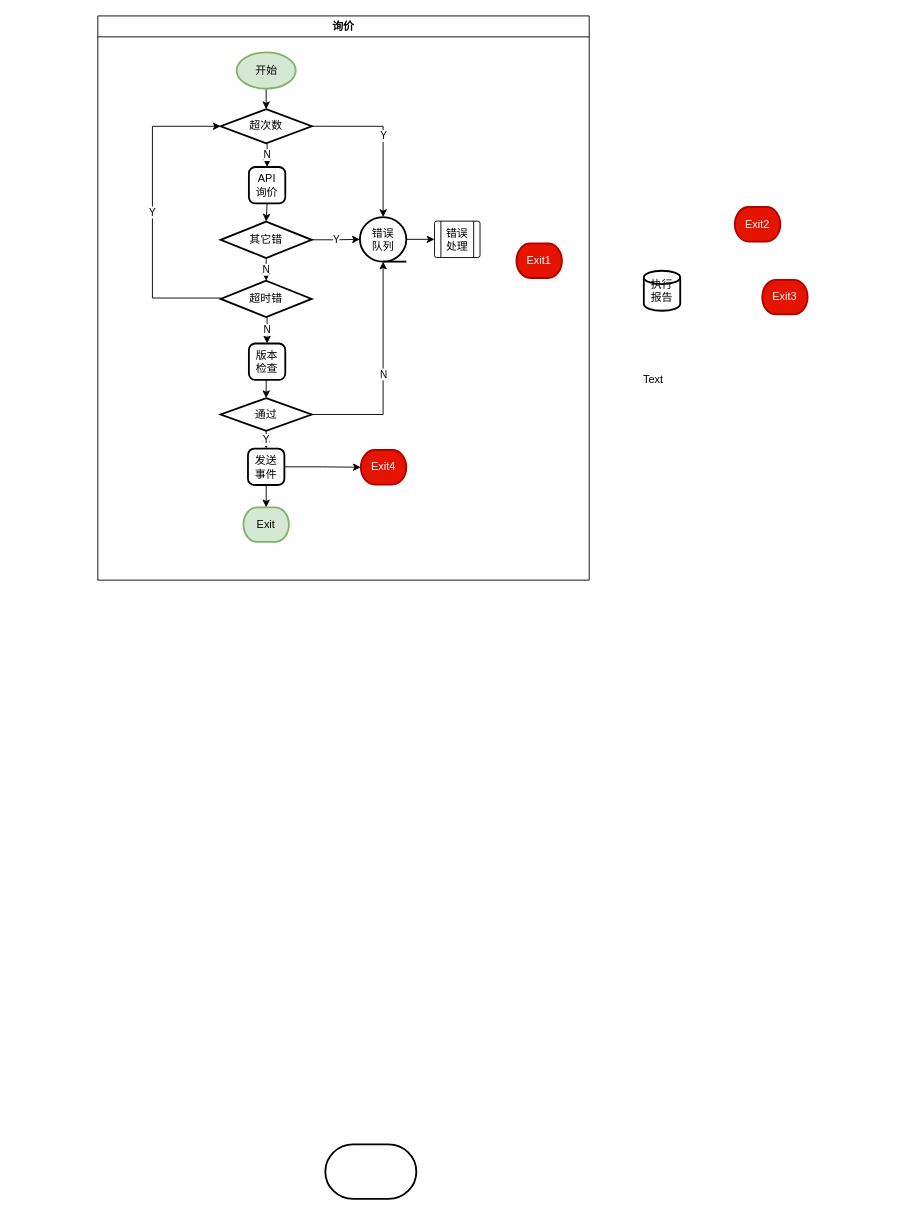
This is page "询价" (2 of 2) of sso-server/Untitled Diagram.drawio from suoyizhehe/simple-sso, a draw.io file, before an edit. Source tidied: cells renumbered, new cells numbered last; positions are measured from the earlier drawing's top-left corner, leaving out a move shared by most shapes. Both pictures are drawn from the tidied source at 91%, with x=0, y=0 at pixel (97, 15).
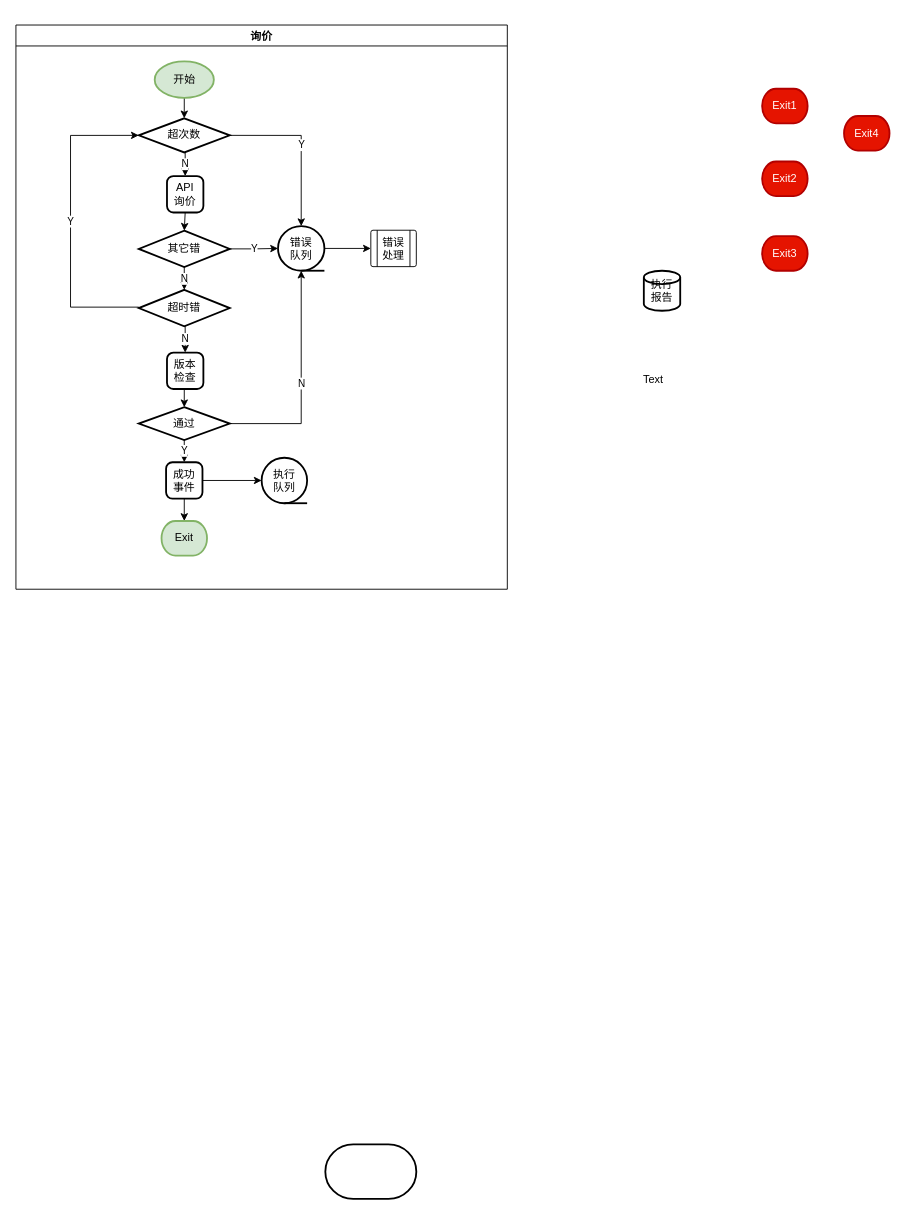
The same diagram, later.

Change to the diagram source:
```diff
@@
     <mxCell id="2" value="询价" style="swimlane;" parent="1" vertex="1">
-      <mxGeometry width="540" height="620" as="geometry" />
+      <mxGeometry x="-90" y="10" width="540" height="620" as="geometry" />
     </mxCell>
@@
     <mxCell id="21" value="Exit" style="strokeWidth=2;html=1;shape=mxgraph.flowchart.terminator;whiteSpace=wrap;fillColor=#d5e8d4;strokeColor=#82b366;" parent="2" vertex="1">
-      <mxGeometry x="160" y="540" width="50" height="38" as="geometry" />
+      <mxGeometry x="160" y="545" width="50" height="38" as="geometry" />
     </mxCell>
@@
-    <mxCell id="23" style="edgeStyle=orthogonalEdgeStyle;rounded=0;jettySize=auto;html=1;exitX=1;exitY=0.5;exitDx=0;exitDy=0;entryX=0;entryY=0.5;entryDx=0;entryDy=0;entryPerimeter=0;" parent="2" edge="1" source="24" target="25">
+    <mxCell id="23" style="edgeStyle=orthogonalEdgeStyle;rounded=0;jettySize=auto;html=1;exitX=1;exitY=0.5;exitDx=0;exitDy=0;entryX=0;entryY=0.5;entryDx=0;entryDy=0;entryPerimeter=0;" parent="2" edge="1" source="24" target="35">
       <mxGeometry relative="1" as="geometry" />
     </mxCell>
-    <mxCell id="24" value="&lt;div&gt;发送&lt;br&gt;&lt;/div&gt;&lt;div&gt;事件&lt;br&gt;&lt;/div&gt;" style="rounded=1;whiteSpace=wrap;html=1;absoluteArcSize=1;arcSize=14;strokeWidth=2;" parent="2" vertex="1">
-      <mxGeometry x="165" y="475.5" width="40" height="40" as="geometry" />
+    <mxCell id="24" value="&lt;div&gt;成功&lt;br&gt;&lt;/div&gt;&lt;div&gt;事件&lt;br&gt;&lt;/div&gt;" style="rounded=1;whiteSpace=wrap;html=1;absoluteArcSize=1;arcSize=14;strokeWidth=2;" parent="2" vertex="1">
+      <mxGeometry x="165" y="480.5" width="40" height="40" as="geometry" />
     </mxCell>
-    <mxCell id="25" value="Exit4" style="strokeWidth=2;html=1;shape=mxgraph.flowchart.terminator;whiteSpace=wrap;fillColor=#e51400;fontColor=#ffffff;strokeColor=#B20000;" parent="2" vertex="1">
-      <mxGeometry x="289" y="477" width="50" height="38" as="geometry" />
-    </mxCell>
@@
     <mxCell id="28" value="&lt;div&gt;错误&lt;/div&gt;&lt;div&gt;处理&lt;br&gt;&lt;/div&gt;" style="verticalLabelPosition=middle;verticalAlign=middle;html=1;shape=process;whiteSpace=wrap;rounded=1;size=0.14;arcSize=6;labelPosition=center;align=center;" parent="2" vertex="1">
-      <mxGeometry x="370" y="225.5" width="50" height="40" as="geometry" />
+      <mxGeometry x="390" y="225.5" width="50" height="40" as="geometry" />
     </mxCell>
-    <mxCell id="29" value="Exit1" style="strokeWidth=2;html=1;shape=mxgraph.flowchart.terminator;whiteSpace=wrap;fillColor=#e51400;fontColor=#ffffff;strokeColor=#B20000;" parent="2" vertex="1">
-      <mxGeometry x="460" y="250" width="50" height="38" as="geometry" />
-    </mxCell>
+    <mxCell id="35" value="&lt;div&gt;执行&lt;/div&gt;&lt;div&gt;队列&lt;/div&gt;" style="strokeWidth=2;html=1;shape=mxgraph.flowchart.sequential_data;whiteSpace=wrap;" parent="2" vertex="1">
+      <mxGeometry x="270" y="475.5" width="50" height="50" as="geometry" />
+    </mxCell>
@@
     <mxCell id="31" value="Exit2" style="strokeWidth=2;html=1;shape=mxgraph.flowchart.terminator;whiteSpace=wrap;fillColor=#e51400;fontColor=#ffffff;strokeColor=#B20000;" parent="1" vertex="1">
-      <mxGeometry x="700" y="210" width="50" height="38" as="geometry" />
+      <mxGeometry x="730" y="160" width="50" height="38" as="geometry" />
     </mxCell>
     <mxCell id="32" value="Exit3" style="strokeWidth=2;html=1;shape=mxgraph.flowchart.terminator;whiteSpace=wrap;fillColor=#e51400;fontColor=#ffffff;strokeColor=#B20000;" parent="1" vertex="1">
-      <mxGeometry x="730" y="290" width="50" height="38" as="geometry" />
+      <mxGeometry x="730" y="242" width="50" height="38" as="geometry" />
     </mxCell>
@@
+    <mxCell id="29" value="Exit1" style="strokeWidth=2;html=1;shape=mxgraph.flowchart.terminator;whiteSpace=wrap;fillColor=#e51400;fontColor=#ffffff;strokeColor=#B20000;" parent="1" vertex="1">
+      <mxGeometry x="730" y="80" width="50" height="38" as="geometry" />
+    </mxCell>
+    <mxCell id="25" value="Exit4" style="strokeWidth=2;html=1;shape=mxgraph.flowchart.terminator;whiteSpace=wrap;fillColor=#e51400;fontColor=#ffffff;strokeColor=#B20000;" parent="1" vertex="1">
+      <mxGeometry x="820" y="110" width="50" height="38" as="geometry" />
+    </mxCell>
```
